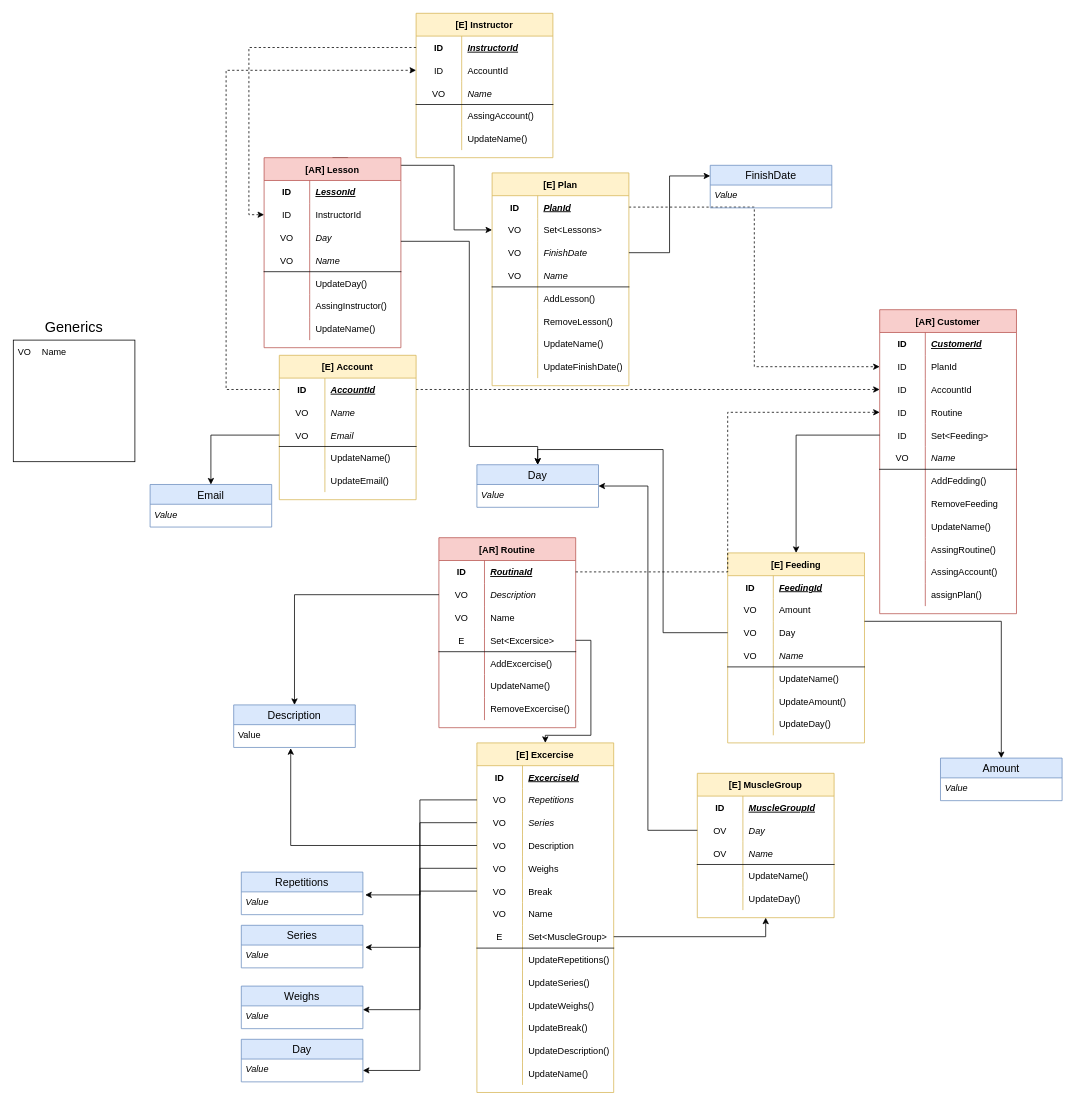
This is page "Modelo de dominio" (2 of 3) of BigPictureGym.drawio from Ruiz16-17/Sofka_DDD_Big_Picture_ModelamientoDominio, a draw.io file, before an edit. Source tidied: cells renumbered, new cells numbered last; positions are measured from the earlier drawing's top-left corner, leaving out a move shared by most shapes. Both pictures are drawn from the tidied source at 76%, with x=0, y=0 at pixel (13, 13).
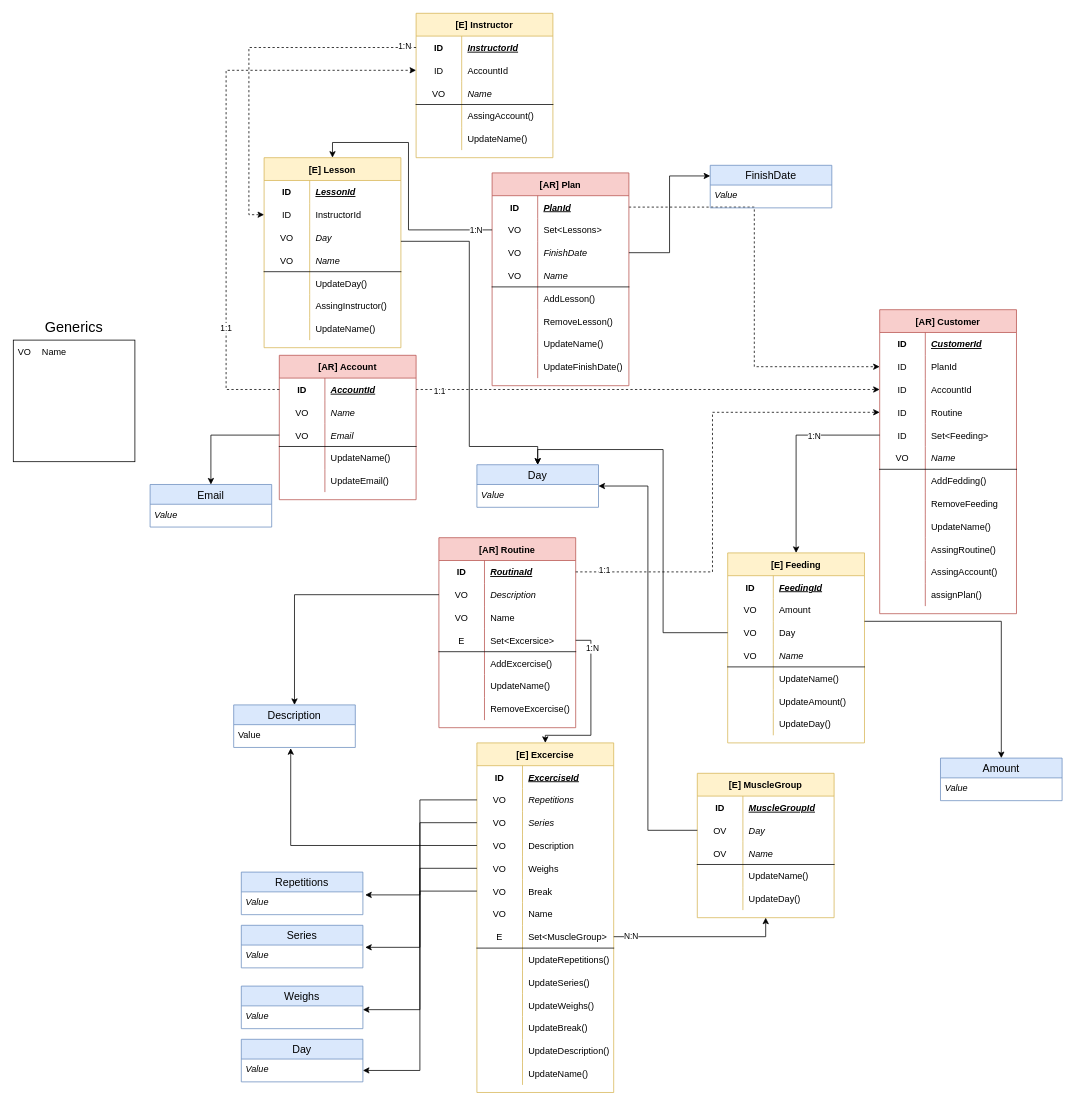
Above is the later version.

Unchanged cells that the change refers to:
```xml
<mxCell id="3" style="shape=partialRectangle;fillColor=none;top=0;left=0;bottom=0;right=0;points=[[0,0.5],[1,0.5]];portConstraint=eastwest;" parent="2" vertex="1">
  <mxGeometry y="30" width="180" height="30" as="geometry" />
</mxCell>
<mxCell id="50" style="shape=partialRectangle;fillColor=none;top=0;left=0;bottom=0;right=0;points=[[0,0.5],[1,0.5]];portConstraint=eastwest;" parent="40" vertex="1">
  <mxGeometry y="120" width="180" height="30" as="geometry" />
</mxCell>
<mxCell id="186" style="shape=partialRectangle;fillColor=none;top=0;left=0;bottom=0;right=0;points=[[0,0.5],[1,0.5]];portConstraint=eastwest;" parent="182" vertex="1">
  <mxGeometry y="60" width="180" height="30" as="geometry" />
</mxCell>
<mxCell id="231" style="edgeStyle=orthogonalEdgeStyle;rounded=0;jettySize=auto;html=1;entryX=0.5;entryY=0;entryDx=0;entryDy=0;startArrow=none;startFill=0;endArrow=classic;endFill=1;" parent="1" edge="1" source="12" target="138">
  <mxGeometry relative="1" as="geometry">
    <Array as="points">
      <mxPoint x="760" y="825" />
      <mxPoint x="760" y="950" />
      <mxPoint x="700" y="950" />
    </Array>
  </mxGeometry>
</mxCell>
<mxCell id="232" style="edgeStyle=orthogonalEdgeStyle;rounded=0;jettySize=auto;html=1;entryX=0;entryY=0.5;entryDx=0;entryDy=0;startArrow=none;startFill=0;endArrow=classic;endFill=1;dashed=1;" parent="1" edge="1" source="210" target="47">
  <mxGeometry relative="1" as="geometry" />
</mxCell>
<mxCell id="233" style="edgeStyle=orthogonalEdgeStyle;rounded=0;jettySize=auto;html=1;entryX=0;entryY=0.5;entryDx=0;entryDy=0;startArrow=none;startFill=0;endArrow=classic;endFill=1;dashed=1;" parent="1" edge="1" source="25" target="104">
  <mxGeometry relative="1" as="geometry" />
</mxCell>
<mxCell id="235" style="edgeStyle=orthogonalEdgeStyle;rounded=0;jettySize=auto;html=1;entryX=0.5;entryY=0;entryDx=0;entryDy=0;startArrow=none;startFill=0;endArrow=classic;endFill=1;" parent="1" edge="1" source="53" target="77">
  <mxGeometry relative="1" as="geometry">
    <Array as="points">
      <mxPoint x="1030" y="555" />
    </Array>
  </mxGeometry>
</mxCell>
<mxCell id="259" style="edgeStyle=orthogonalEdgeStyle;rounded=0;jettySize=auto;html=1;entryX=0.5;entryY=1;entryDx=0;entryDy=0;startArrow=none;startFill=0;endArrow=classic;endFill=1;" parent="1" edge="1" source="160" target="122">
  <mxGeometry relative="1" as="geometry" />
</mxCell>
<mxCell id="262" style="edgeStyle=orthogonalEdgeStyle;rounded=0;jettySize=auto;html=1;startArrow=none;startFill=0;endArrow=classic;endFill=1;dashed=1;" parent="1" edge="1" source="210" target="28">
  <mxGeometry relative="1" as="geometry">
    <Array as="points">
      <mxPoint x="280" y="495" />
      <mxPoint x="280" y="75" />
    </Array>
  </mxGeometry>
</mxCell>
```

What changed in the source:
```diff
@@
-    <mxCell id="99" style="edgeStyle=orthogonalEdgeStyle;rounded=0;jettySize=auto;html=1;entryX=0;entryY=0.5;entryDx=0;entryDy=0;startArrow=none;startFill=0;endArrow=classic;endFill=1;exitX=0.5;exitY=0;exitDx=0;exitDy=0;" parent="1" edge="1" source="100" target="186">
-      <mxGeometry relative="1" as="geometry">
-        <Array as="points">
-          <mxPoint x="440" y="200" />
-          <mxPoint x="580" y="200" />
-          <mxPoint x="580" y="285" />
-        </Array>
-      </mxGeometry>
-    </mxCell>
-    <mxCell id="100" value="[AR] Lesson" style="shape=table;startSize=30;childLayout=tableLayout;rowLines=0;fontStyle=1;align=center;fillColor=#f8cecc;strokeColor=#b85450;" parent="1" vertex="1">
+    <mxCell id="100" value="[E] Lesson" style="shape=table;startSize=30;childLayout=tableLayout;rowLines=0;fontStyle=1;align=center;fillColor=#fff2cc;strokeColor=#d6b656;" parent="1" vertex="1">
       <mxGeometry x="330" y="190" width="180" height="250" as="geometry" />
     </mxCell>
@@
-    <mxCell id="182" value="[E] Plan" style="shape=table;startSize=30;childLayout=tableLayout;rowLines=0;fontStyle=1;align=center;fillColor=#fff2cc;strokeColor=#d6b656;" parent="1" vertex="1">
+    <mxCell id="182" value="[AR] Plan" style="shape=table;startSize=30;childLayout=tableLayout;rowLines=0;fontStyle=1;align=center;fillColor=#f8cecc;strokeColor=#b85450;" parent="1" vertex="1">
       <mxGeometry x="630" y="210" width="180" height="280" as="geometry" />
     </mxCell>
@@
-    <mxCell id="209" value="[E] Account" style="shape=table;startSize=30;childLayout=tableLayout;rowLines=0;fontStyle=1;align=center;fillColor=#fff2cc;strokeColor=#d6b656;" parent="1" vertex="1">
+    <mxCell id="209" value="[AR] Account" style="shape=table;startSize=30;childLayout=tableLayout;rowLines=0;fontStyle=1;align=center;fillColor=#f8cecc;strokeColor=#b85450;" parent="1" vertex="1">
       <mxGeometry x="350" y="450" width="180" height="190" as="geometry" />
     </mxCell>
@@
+    <mxCell id="266" value="1:N" style="edgeLabel;html=1;align=center;verticalAlign=middle;" parent="231" vertex="1">
+      <mxGeometry x="-0.72" y="1" relative="1" as="geometry" />
+    </mxCell>
@@
+    <mxCell id="267" value="1:1" style="edgeLabel;html=1;align=center;verticalAlign=middle;" parent="232" vertex="1">
+      <mxGeometry x="-0.9" y="-2" relative="1" as="geometry" />
+    </mxCell>
@@
+    <mxCell id="268" value="1:N" style="edgeLabel;html=1;align=center;verticalAlign=middle;" parent="233" vertex="1">
+      <mxGeometry x="-0.93" y="-3" relative="1" as="geometry" />
+    </mxCell>
     <mxCell id="234" style="edgeStyle=orthogonalEdgeStyle;rounded=0;jettySize=auto;html=1;entryX=0;entryY=0.5;entryDx=0;entryDy=0;dashed=1;startArrow=none;startFill=0;endArrow=classic;endFill=1;" parent="1" edge="1" source="3" target="50">
-      <mxGeometry relative="1" as="geometry" />
+      <mxGeometry relative="1" as="geometry">
+        <Array as="points">
+          <mxPoint x="920" y="735" />
+          <mxPoint x="920" y="525" />
+        </Array>
+      </mxGeometry>
     </mxCell>
+    <mxCell id="269" value="1:1" style="edgeLabel;html=1;align=center;verticalAlign=middle;" parent="234" vertex="1">
+      <mxGeometry x="-0.88" y="3" relative="1" as="geometry" />
+    </mxCell>
@@
+    <mxCell id="270" value="1:N" style="edgeLabel;html=1;align=center;verticalAlign=middle;" parent="235" vertex="1">
+      <mxGeometry x="-0.34" y="1" relative="1" as="geometry" />
+    </mxCell>
@@
+    <mxCell id="271" value="N:N" style="edgeLabel;html=1;align=center;verticalAlign=middle;" parent="259" vertex="1">
+      <mxGeometry x="-0.8" y="2" relative="1" as="geometry" />
+    </mxCell>
@@
+    <mxCell id="272" value="1:1" style="edgeLabel;html=1;align=center;verticalAlign=middle;" parent="262" vertex="1">
+      <mxGeometry x="-0.59" y="1" relative="1" as="geometry" />
+    </mxCell>
@@
+    <mxCell id="273" style="edgeStyle=orthogonalEdgeStyle;rounded=0;jettySize=auto;html=1;entryX=0.5;entryY=0;entryDx=0;entryDy=0;startArrow=none;startFill=0;endArrow=classic;endFill=1;" parent="1" edge="1" source="186" target="100">
+      <mxGeometry relative="1" as="geometry">
+        <Array as="points">
+          <mxPoint x="520" y="285" />
+          <mxPoint x="520" y="170" />
+          <mxPoint x="420" y="170" />
+        </Array>
+      </mxGeometry>
+    </mxCell>
+    <mxCell id="274" value="1:N" style="edgeLabel;html=1;align=center;verticalAlign=middle;" parent="273" vertex="1">
+      <mxGeometry x="-0.87" relative="1" as="geometry" />
+    </mxCell>
```
